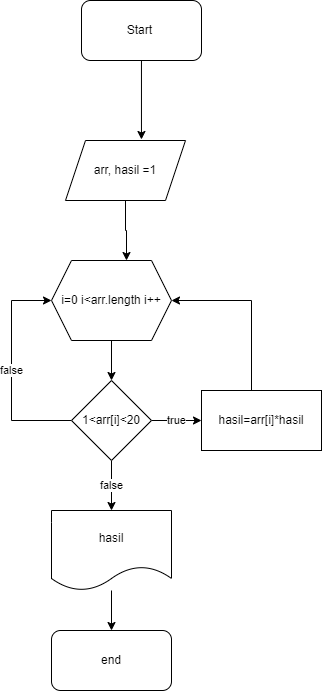
Above: task12.drawio.png in Shaigak/AlqorithmTasks (draw.io), before the change. Source tidied: cells renumbered, new cells last; positions are measured from the earlier drawing's top-left corner, leaving out a move shared by most shapes.
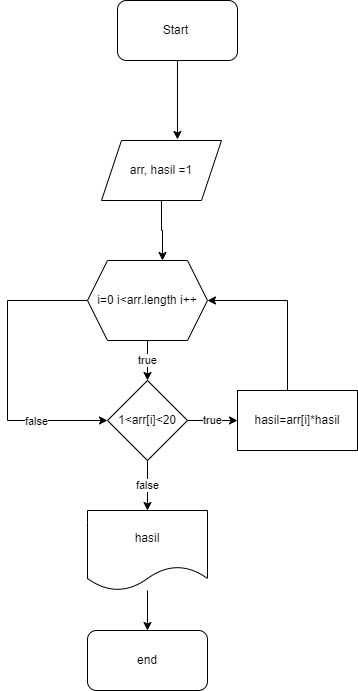
Later version of the same file.

Diff of the diagram source:
```diff
@@ -14,9 +14,20 @@
     <mxCell id="5" value="arr, hasil =1" style="shape=parallelogram;perimeter=parallelogramPerimeter;whiteSpace=wrap;html=1;fixedSize=1;" parent="1" vertex="1">
       <mxGeometry x="54" y="140" width="120" height="60" as="geometry" />
     </mxCell>
-    <mxCell id="6" style="edgeStyle=orthogonalEdgeStyle;rounded=0;jettySize=auto;html=1;" parent="1" edge="1" source="7" target="11">
+    <mxCell id="6" value="true" style="edgeStyle=orthogonalEdgeStyle;rounded=0;jettySize=auto;html=1;" parent="1" edge="1" source="7" target="11">
       <mxGeometry relative="1" as="geometry" />
     </mxCell>
+    <mxCell id="17" style="edgeStyle=orthogonalEdgeStyle;rounded=0;jettySize=auto;html=1;entryX=0;entryY=0.5;entryDx=0;entryDy=0;" parent="1" edge="1" source="7" target="11">
+      <mxGeometry relative="1" as="geometry">
+        <Array as="points">
+          <mxPoint x="-40" y="300" />
+          <mxPoint x="-40" y="420" />
+        </Array>
+      </mxGeometry>
+    </mxCell>
+    <mxCell id="10" value="false" style="edgeLabel;html=1;align=center;verticalAlign=middle;" parent="17" vertex="1">
+      <mxGeometry x="0.52" relative="1" as="geometry" />
+    </mxCell>
     <mxCell id="7" value="i=0 i&amp;lt;arr.length i++" style="shape=hexagon;perimeter=hexagonPerimeter2;whiteSpace=wrap;html=1;fixedSize=1;" parent="1" vertex="1">
       <mxGeometry x="40" y="260" width="120" height="80" as="geometry" />
     </mxCell>
@@ -26,14 +37,6 @@
     <mxCell id="9" value="false" style="edgeStyle=orthogonalEdgeStyle;rounded=0;jettySize=auto;html=1;" parent="1" edge="1" source="11" target="15">
       <mxGeometry relative="1" as="geometry" />
     </mxCell>
-    <mxCell id="10" value="false&lt;br&gt;" style="edgeStyle=orthogonalEdgeStyle;rounded=0;jettySize=auto;html=1;entryX=0;entryY=0.5;entryDx=0;entryDy=0;" parent="1" edge="1" source="11" target="7">
-      <mxGeometry relative="1" as="geometry">
-        <Array as="points">
-          <mxPoint y="420" />
-          <mxPoint y="300" />
-        </Array>
-      </mxGeometry>
-    </mxCell>
     <mxCell id="11" value="1&amp;lt;arr[i]&amp;lt;20" style="rhombus;whiteSpace=wrap;html=1;" parent="1" vertex="1">
       <mxGeometry x="60" y="380" width="80" height="80" as="geometry" />
     </mxCell>
```
